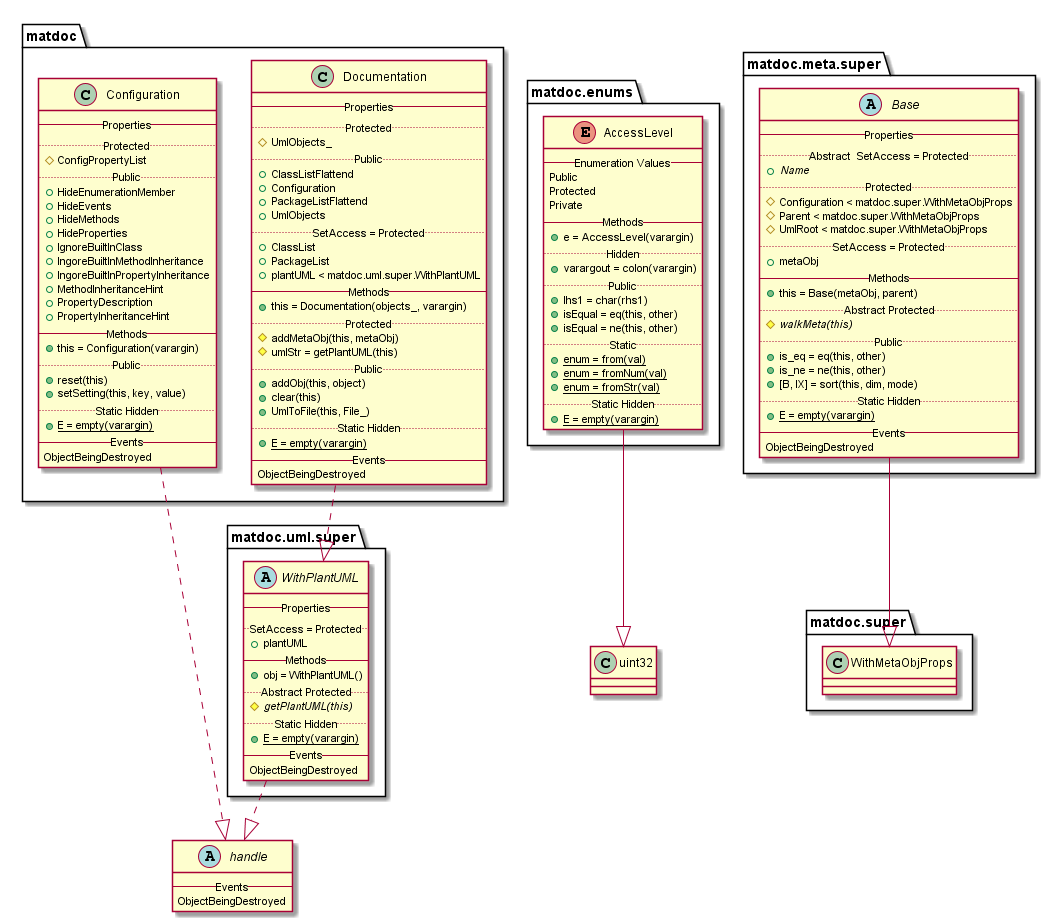
Above: doc/uml-examples/uml-diagram.png in flxdot/matdoc (PlantUML), before the change.
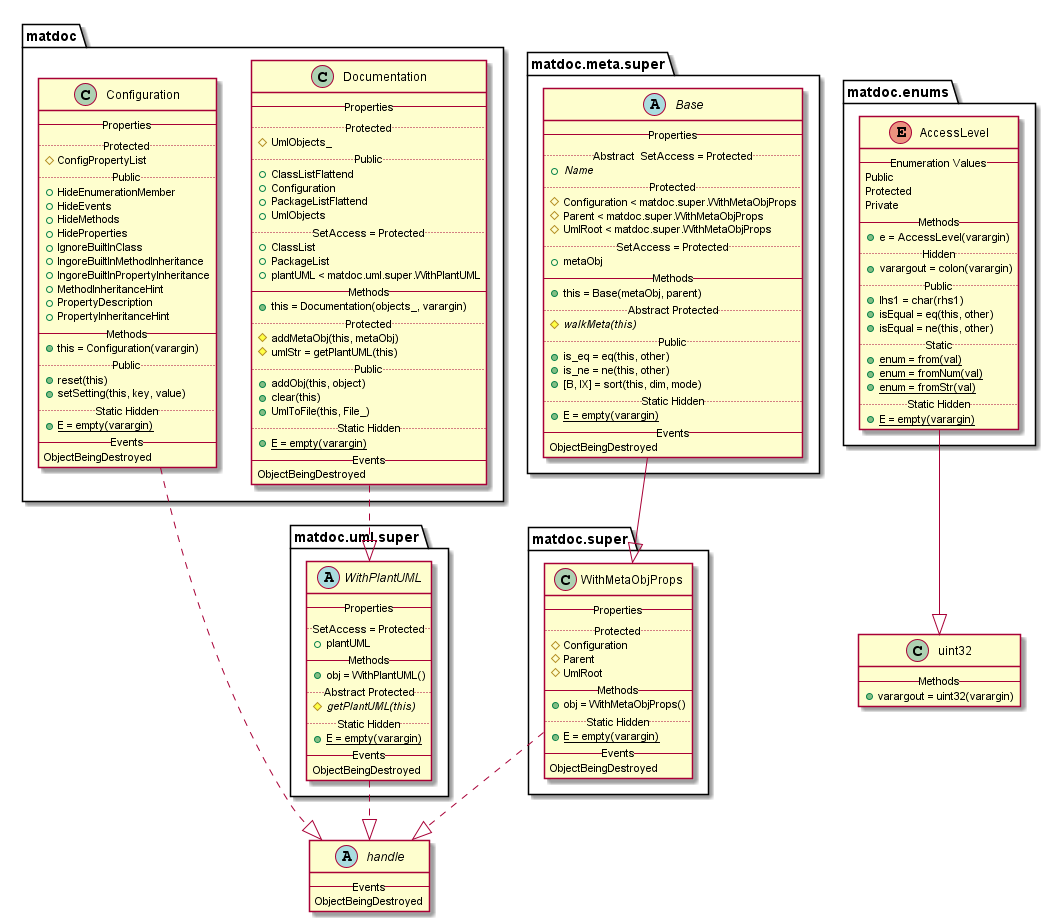
The same diagram one commit later.

Commit message:
+matdoc/Documentation.m: - fixed a bug where the superclasses of any package class where not exported if the class has only been defined directly by a package

Diff of the diagram source:
```diff
@@ -113,6 +113,22 @@
 
 matdoc.meta.super.Base --|> matdoc.super.WithMetaObjProps
 
+class matdoc.super.WithMetaObjProps {
+   -- Properties --
+   .. Protected ..
+   {field} # Configuration
+   {field} # Parent
+   {field} # UmlRoot
+   -- Methods --
+   {method} + obj = WithMetaObjProps()
+   .. Static Hidden ..
+   {method}{static} + E = empty(varargin)
+   -- Events --
+   ObjectBeingDestroyed
+}
+
+matdoc.super.WithMetaObjProps ..|> handle
+
 abstract class matdoc.uml.super.WithPlantUML {
    -- Properties --
    .. SetAccess = Protected ..
@@ -129,4 +145,10 @@
 
 matdoc.uml.super.WithPlantUML ..|> handle
 
+class uint32 {
+   -- Methods --
+   {method} + varargout = uint32(varargin)
+}
+
+
 @enduml
```
